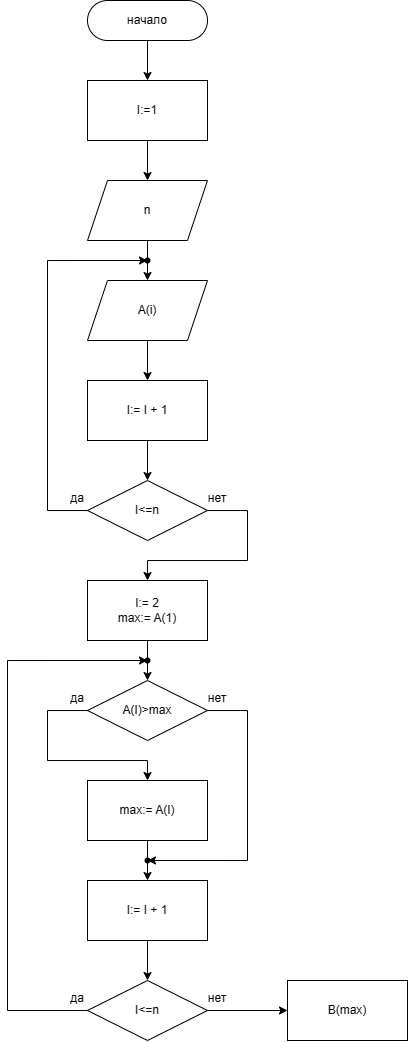
Earlier version of the draw.io export l2t1.png (H33MP/rsue). Source tidied: cells renumbered, new cells last; positions are measured from the earlier drawing's top-left corner, leaving out a move shared by most shapes.
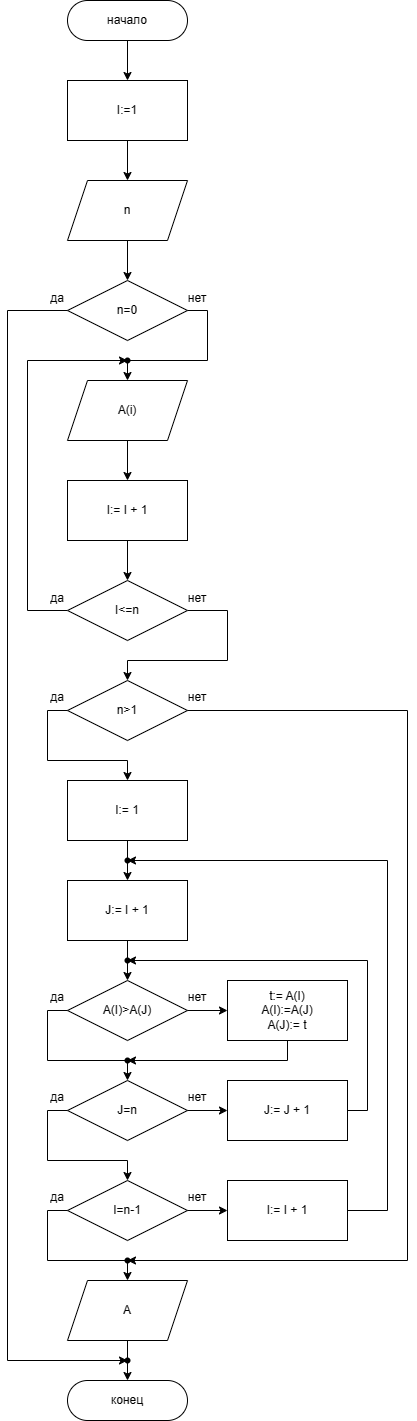
The same diagram one commit later.

What changed in the source:
```diff
@@ -6,60 +6,53 @@
       <mxGeometry relative="1" as="geometry" />
     </mxCell>
     <mxCell id="3" value="начало" style="rounded=1;whiteSpace=wrap;html=1;arcSize=50;" parent="1" vertex="1">
-      <mxGeometry x="80" width="120" height="40" as="geometry" />
+      <mxGeometry x="80" y="-140" width="120" height="40" as="geometry" />
     </mxCell>
-    <mxCell id="4" style="edgeStyle=orthogonalEdgeStyle;rounded=0;jettySize=auto;html=1;" parent="1" edge="1" source="5" target="9">
-      <mxGeometry relative="1" as="geometry" />
-    </mxCell>
+    <mxCell id="40" style="edgeStyle=orthogonalEdgeStyle;rounded=0;jettySize=auto;html=1;" parent="1" edge="1" source="5" target="82">
+      <mxGeometry relative="1" as="geometry" />
+    </mxCell>
     <mxCell id="5" value="n" style="shape=parallelogram;perimeter=parallelogramPerimeter;whiteSpace=wrap;html=1;fixedSize=1;" parent="1" vertex="1">
-      <mxGeometry x="80" y="180" width="120" height="60" as="geometry" />
+      <mxGeometry x="80" y="40" width="120" height="60" as="geometry" />
     </mxCell>
     <mxCell id="6" style="edgeStyle=orthogonalEdgeStyle;rounded=0;jettySize=auto;html=1;" parent="1" edge="1" source="7" target="5">
       <mxGeometry relative="1" as="geometry" />
     </mxCell>
     <mxCell id="7" value="I:=1" style="rounded=0;whiteSpace=wrap;html=1;" parent="1" vertex="1">
-      <mxGeometry x="80" y="80" width="120" height="60" as="geometry" />
+      <mxGeometry x="80" y="-60" width="120" height="60" as="geometry" />
     </mxCell>
     <mxCell id="8" style="edgeStyle=orthogonalEdgeStyle;rounded=0;jettySize=auto;html=1;" parent="1" edge="1" source="9" target="11">
       <mxGeometry relative="1" as="geometry" />
     </mxCell>
     <mxCell id="9" value="A(i)" style="shape=parallelogram;perimeter=parallelogramPerimeter;whiteSpace=wrap;html=1;fixedSize=1;" parent="1" vertex="1">
-      <mxGeometry x="80" y="280" width="120" height="60" as="geometry" />
+      <mxGeometry x="80" y="240" width="120" height="60" as="geometry" />
     </mxCell>
     <mxCell id="10" style="edgeStyle=orthogonalEdgeStyle;rounded=0;jettySize=auto;html=1;" parent="1" edge="1" source="11" target="18">
       <mxGeometry relative="1" as="geometry" />
     </mxCell>
     <mxCell id="11" value="I:= I + 1" style="whiteSpace=wrap;html=1;" parent="1" vertex="1">
-      <mxGeometry x="80" y="380" width="120" height="60" as="geometry" />
+      <mxGeometry x="80" y="340" width="120" height="60" as="geometry" />
     </mxCell>
-    <mxCell id="12" style="edgeStyle=orthogonalEdgeStyle;rounded=0;jettySize=auto;html=1;" parent="1" edge="1" source="18" target="14">
+    <mxCell id="12" style="edgeStyle=orthogonalEdgeStyle;rounded=0;jettySize=auto;html=1;" parent="1" edge="1" source="18">
       <mxGeometry relative="1" as="geometry">
+        <mxPoint x="140" y="220" as="targetPoint" />
         <Array as="points">
-          <mxPoint x="40" y="510" />
-          <mxPoint x="40" y="260" />
+          <mxPoint x="40" y="470" />
+          <mxPoint x="40" y="220" />
         </Array>
       </mxGeometry>
     </mxCell>
-    <mxCell id="13" style="edgeStyle=orthogonalEdgeStyle;rounded=0;jettySize=auto;html=1;entryX=0.5;entryY=0;entryDx=0;entryDy=0;" parent="1" edge="1" source="18" target="16">
+    <mxCell id="13" style="edgeStyle=orthogonalEdgeStyle;rounded=0;jettySize=auto;html=1;entryX=0.5;entryY=0;entryDx=0;entryDy=0;" parent="1" edge="1" source="18">
       <mxGeometry relative="1" as="geometry">
+        <mxPoint x="140" y="540" as="targetPoint" />
         <Array as="points">
-          <mxPoint x="240" y="510" />
-          <mxPoint x="240" y="560" />
-          <mxPoint x="140" y="560" />
+          <mxPoint x="240" y="470" />
+          <mxPoint x="240" y="520" />
+          <mxPoint x="140" y="520" />
         </Array>
       </mxGeometry>
     </mxCell>
-    <mxCell id="14" style="shape=waypoint;sketch=0;size=6;points=[];fillColor=default;perimeter=centerPerimeter;snapToPoint=1;" parent="1" vertex="1">
-      <mxGeometry x="130" y="250" width="20" height="20" as="geometry" />
-    </mxCell>
-    <mxCell id="15" style="edgeStyle=orthogonalEdgeStyle;rounded=0;jettySize=auto;html=1;" parent="1" edge="1" source="16" target="22">
-      <mxGeometry relative="1" as="geometry" />
-    </mxCell>
-    <mxCell id="16" value="I:= 2&lt;br&gt;max:= A(1)" style="rounded=0;whiteSpace=wrap;html=1;" parent="1" vertex="1">
-      <mxGeometry x="80" y="580" width="120" height="60" as="geometry" />
-    </mxCell>
     <mxCell id="17" style="group;" parent="1" vertex="1">
-      <mxGeometry x="60" y="480" width="160" height="60" as="geometry" />
+      <mxGeometry x="60" y="440" width="160" height="60" as="geometry" />
     </mxCell>
     <mxCell id="18" value="I&amp;lt;=n" style="rhombus;whiteSpace=wrap;html=1;" parent="17" vertex="1">
       <mxGeometry x="20" width="120" height="60" as="geometry" />
@@ -70,78 +63,206 @@
     <mxCell id="20" value="нет" style="text;html=1;strokeColor=none;fillColor=none;align=center;verticalAlign=middle;whiteSpace=wrap;rounded=0;" parent="17" vertex="1">
       <mxGeometry x="140" y="10" width="20" height="15" as="geometry" />
     </mxCell>
-    <mxCell id="21" style="group;" parent="1" vertex="1">
-      <mxGeometry x="60" y="680" width="160" height="60" as="geometry" />
-    </mxCell>
-    <mxCell id="22" value="A(I)&amp;gt;max" style="rhombus;whiteSpace=wrap;html=1;" parent="21" vertex="1">
-      <mxGeometry x="20" width="120" height="60" as="geometry" />
-    </mxCell>
-    <mxCell id="23" value="да" style="text;html=1;strokeColor=none;fillColor=none;align=center;verticalAlign=middle;whiteSpace=wrap;rounded=0;" parent="21" vertex="1">
-      <mxGeometry y="10" width="20" height="15" as="geometry" />
-    </mxCell>
-    <mxCell id="24" value="нет" style="text;html=1;strokeColor=none;fillColor=none;align=center;verticalAlign=middle;whiteSpace=wrap;rounded=0;" parent="21" vertex="1">
-      <mxGeometry x="140" y="10" width="20" height="15" as="geometry" />
-    </mxCell>
-    <mxCell id="25" style="edgeStyle=orthogonalEdgeStyle;rounded=0;jettySize=auto;html=1;" parent="1" edge="1" source="26" target="33">
-      <mxGeometry relative="1" as="geometry" />
-    </mxCell>
+    <mxCell id="41" style="edgeStyle=orthogonalEdgeStyle;rounded=0;jettySize=auto;html=1;" parent="1" edge="1" source="42" target="48">
+      <mxGeometry relative="1" as="geometry" />
+    </mxCell>
+    <mxCell id="42" value="I:= 1" style="rounded=0;whiteSpace=wrap;html=1;" parent="1" vertex="1">
+      <mxGeometry x="80" y="640" width="120" height="60" as="geometry" />
+    </mxCell>
+    <mxCell id="43" style="group;" parent="1" vertex="1">
+      <mxGeometry x="60" y="840" width="160" height="60" as="geometry" />
+    </mxCell>
+    <mxCell id="44" value="A(I)&amp;gt;A(J)" style="rhombus;whiteSpace=wrap;html=1;" parent="43" vertex="1">
+      <mxGeometry x="20" width="120" height="60" as="geometry" />
+    </mxCell>
+    <mxCell id="45" value="да" style="text;html=1;strokeColor=none;fillColor=none;align=center;verticalAlign=middle;whiteSpace=wrap;rounded=0;" parent="43" vertex="1">
+      <mxGeometry y="10" width="20" height="15" as="geometry" />
+    </mxCell>
+    <mxCell id="46" value="нет" style="text;html=1;strokeColor=none;fillColor=none;align=center;verticalAlign=middle;whiteSpace=wrap;rounded=0;" parent="43" vertex="1">
+      <mxGeometry x="140" y="10" width="20" height="15" as="geometry" />
+    </mxCell>
+    <mxCell id="47" style="edgeStyle=orthogonalEdgeStyle;rounded=0;jettySize=auto;html=1;" parent="1" edge="1" source="48" target="44">
+      <mxGeometry relative="1" as="geometry" />
+    </mxCell>
+    <mxCell id="48" value="J:= I + 1" style="rounded=0;whiteSpace=wrap;html=1;" parent="1" vertex="1">
+      <mxGeometry x="80" y="740" width="120" height="60" as="geometry" />
+    </mxCell>
+    <mxCell id="49" value="t:= A(I)&lt;br&gt;A(I):=A(J)&lt;br&gt;A(J):= t" style="rounded=0;whiteSpace=wrap;html=1;" parent="1" vertex="1">
+      <mxGeometry x="240" y="840" width="120" height="60" as="geometry" />
+    </mxCell>
+    <mxCell id="50" style="edgeStyle=orthogonalEdgeStyle;rounded=0;jettySize=auto;html=1;" parent="1" edge="1" source="44" target="49">
+      <mxGeometry relative="1" as="geometry" />
+    </mxCell>
+    <mxCell id="51" style="group;" parent="1" vertex="1">
+      <mxGeometry x="60" y="940" width="160" height="60" as="geometry" />
+    </mxCell>
+    <mxCell id="52" value="J=n" style="rhombus;whiteSpace=wrap;html=1;" parent="51" vertex="1">
+      <mxGeometry x="20" width="120" height="60" as="geometry" />
+    </mxCell>
+    <mxCell id="53" value="да" style="text;html=1;strokeColor=none;fillColor=none;align=center;verticalAlign=middle;whiteSpace=wrap;rounded=0;" parent="51" vertex="1">
+      <mxGeometry y="10" width="20" height="15" as="geometry" />
+    </mxCell>
+    <mxCell id="54" value="нет" style="text;html=1;strokeColor=none;fillColor=none;align=center;verticalAlign=middle;whiteSpace=wrap;rounded=0;" parent="51" vertex="1">
+      <mxGeometry x="140" y="10" width="20" height="15" as="geometry" />
+    </mxCell>
+    <mxCell id="55" style="edgeStyle=orthogonalEdgeStyle;rounded=0;jettySize=auto;html=1;entryX=0.5;entryY=0;entryDx=0;entryDy=0;" parent="1" edge="1" source="44" target="52">
+      <mxGeometry relative="1" as="geometry">
+        <Array as="points">
+          <mxPoint x="60" y="870" />
+          <mxPoint x="60" y="920" />
+          <mxPoint x="140" y="920" />
+        </Array>
+      </mxGeometry>
+    </mxCell>
+    <mxCell id="56" style="edgeStyle=orthogonalEdgeStyle;rounded=0;jettySize=auto;html=1;" parent="1" edge="1" source="26" target="57">
+      <mxGeometry relative="1" as="geometry">
+        <Array as="points">
+          <mxPoint x="400" y="1070" />
+          <mxPoint x="400" y="720" />
+        </Array>
+      </mxGeometry>
+    </mxCell>
     <mxCell id="26" value="I:= I + 1" style="rounded=0;whiteSpace=wrap;html=1;" parent="1" vertex="1">
-      <mxGeometry x="80" y="880" width="120" height="60" as="geometry" />
+      <mxGeometry x="240" y="1040" width="120" height="60" as="geometry" />
     </mxCell>
-    <mxCell id="27" style="edgeStyle=orthogonalEdgeStyle;rounded=0;jettySize=auto;html=1;" parent="1" edge="1" source="28" target="26">
-      <mxGeometry relative="1" as="geometry" />
-    </mxCell>
-    <mxCell id="28" value="max:= A(I)" style="rounded=0;whiteSpace=wrap;html=1;" parent="1" vertex="1">
-      <mxGeometry x="80" y="780" width="120" height="60" as="geometry" />
-    </mxCell>
-    <mxCell id="29" style="edgeStyle=orthogonalEdgeStyle;rounded=0;jettySize=auto;html=1;entryX=0.5;entryY=0;entryDx=0;entryDy=0;" parent="1" edge="1" source="22" target="28">
-      <mxGeometry relative="1" as="geometry">
-        <Array as="points">
-          <mxPoint x="40" y="710" />
-          <mxPoint x="40" y="760" />
-          <mxPoint x="140" y="760" />
-        </Array>
-      </mxGeometry>
-    </mxCell>
-    <mxCell id="30" style="shape=waypoint;sketch=0;size=6;points=[];fillColor=default;perimeter=centerPerimeter;snapToPoint=1;" parent="1" vertex="1">
-      <mxGeometry x="130" y="850" width="20" height="20" as="geometry" />
-    </mxCell>
-    <mxCell id="31" style="edgeStyle=orthogonalEdgeStyle;rounded=0;jettySize=auto;html=1;" parent="1" edge="1" source="22" target="30">
-      <mxGeometry relative="1" as="geometry">
-        <Array as="points">
-          <mxPoint x="240" y="710" />
-          <mxPoint x="240" y="860" />
-        </Array>
-      </mxGeometry>
-    </mxCell>
-    <mxCell id="32" style="group;" parent="1" vertex="1">
-      <mxGeometry x="60" y="980" width="160" height="60" as="geometry" />
-    </mxCell>
-    <mxCell id="33" value="I&amp;lt;=n" style="rhombus;whiteSpace=wrap;html=1;" parent="32" vertex="1">
-      <mxGeometry x="20" width="120" height="60" as="geometry" />
-    </mxCell>
-    <mxCell id="34" value="да" style="text;html=1;strokeColor=none;fillColor=none;align=center;verticalAlign=middle;whiteSpace=wrap;rounded=0;" parent="32" vertex="1">
-      <mxGeometry y="10" width="20" height="15" as="geometry" />
-    </mxCell>
-    <mxCell id="35" value="нет" style="text;html=1;strokeColor=none;fillColor=none;align=center;verticalAlign=middle;whiteSpace=wrap;rounded=0;" parent="32" vertex="1">
-      <mxGeometry x="140" y="10" width="20" height="15" as="geometry" />
-    </mxCell>
-    <mxCell id="36" style="shape=waypoint;sketch=0;size=6;points=[];fillColor=default;perimeter=centerPerimeter;snapToPoint=1;" parent="1" vertex="1">
-      <mxGeometry x="130" y="650" width="20" height="20" as="geometry" />
-    </mxCell>
-    <mxCell id="37" style="edgeStyle=orthogonalEdgeStyle;rounded=0;jettySize=auto;html=1;" parent="1" edge="1" source="33" target="36">
-      <mxGeometry relative="1" as="geometry">
-        <Array as="points">
-          <mxPoint y="1010" />
-          <mxPoint y="660" />
-        </Array>
-      </mxGeometry>
-    </mxCell>
-    <mxCell id="38" value="B(max)" style="whiteSpace=wrap;html=1;" parent="1" vertex="1">
-      <mxGeometry x="280" y="980" width="120" height="60" as="geometry" />
-    </mxCell>
-    <mxCell id="39" style="edgeStyle=orthogonalEdgeStyle;rounded=0;jettySize=auto;html=1;" parent="1" edge="1" source="33" target="38">
-      <mxGeometry relative="1" as="geometry" />
-    </mxCell>
+    <mxCell id="57" style="shape=waypoint;sketch=0;size=6;points=[];fillColor=default;perimeter=centerPerimeter;snapToPoint=1;rounded=0;" parent="1" vertex="1">
+      <mxGeometry x="130" y="710" width="20" height="20" as="geometry" />
+    </mxCell>
+    <mxCell id="58" style="edgeStyle=orthogonalEdgeStyle;rounded=0;jettySize=auto;html=1;" parent="1" edge="1" source="59" target="63">
+      <mxGeometry relative="1" as="geometry">
+        <Array as="points">
+          <mxPoint x="380" y="970" />
+          <mxPoint x="380" y="820" />
+        </Array>
+      </mxGeometry>
+    </mxCell>
+    <mxCell id="59" value="J:= J + 1" style="rounded=0;whiteSpace=wrap;html=1;" parent="1" vertex="1">
+      <mxGeometry x="240" y="940" width="120" height="60" as="geometry" />
+    </mxCell>
+    <mxCell id="60" style="edgeStyle=orthogonalEdgeStyle;rounded=0;jettySize=auto;html=1;" parent="1" edge="1" source="52" target="59">
+      <mxGeometry relative="1" as="geometry" />
+    </mxCell>
+    <mxCell id="61" style="edgeStyle=orthogonalEdgeStyle;rounded=0;jettySize=auto;html=1;" parent="1" edge="1" source="49" target="62">
+      <mxGeometry relative="1" as="geometry">
+        <Array as="points">
+          <mxPoint x="300" y="920" />
+        </Array>
+      </mxGeometry>
+    </mxCell>
+    <mxCell id="62" style="shape=waypoint;sketch=0;size=6;points=[];fillColor=default;perimeter=centerPerimeter;snapToPoint=1;rounded=0;" parent="1" vertex="1">
+      <mxGeometry x="130" y="910" width="20" height="20" as="geometry" />
+    </mxCell>
+    <mxCell id="63" style="shape=waypoint;sketch=0;size=6;points=[];fillColor=default;perimeter=centerPerimeter;snapToPoint=1;rounded=0;" parent="1" vertex="1">
+      <mxGeometry x="130" y="810" width="20" height="20" as="geometry" />
+    </mxCell>
+    <mxCell id="64" style="group;" parent="1" vertex="1">
+      <mxGeometry x="60" y="1040" width="160" height="60" as="geometry" />
+    </mxCell>
+    <mxCell id="65" value="I=n-1" style="rhombus;whiteSpace=wrap;html=1;" parent="64" vertex="1">
+      <mxGeometry x="20" width="120" height="60" as="geometry" />
+    </mxCell>
+    <mxCell id="66" value="да" style="text;html=1;strokeColor=none;fillColor=none;align=center;verticalAlign=middle;whiteSpace=wrap;rounded=0;" parent="64" vertex="1">
+      <mxGeometry y="10" width="20" height="15" as="geometry" />
+    </mxCell>
+    <mxCell id="67" value="нет" style="text;html=1;strokeColor=none;fillColor=none;align=center;verticalAlign=middle;whiteSpace=wrap;rounded=0;" parent="64" vertex="1">
+      <mxGeometry x="140" y="10" width="20" height="15" as="geometry" />
+    </mxCell>
+    <mxCell id="68" style="edgeStyle=orthogonalEdgeStyle;rounded=0;jettySize=auto;html=1;" parent="1" edge="1" source="52" target="65">
+      <mxGeometry relative="1" as="geometry">
+        <Array as="points">
+          <mxPoint x="60" y="970" />
+          <mxPoint x="60" y="1020" />
+          <mxPoint x="140" y="1020" />
+        </Array>
+      </mxGeometry>
+    </mxCell>
+    <mxCell id="69" style="edgeStyle=orthogonalEdgeStyle;rounded=0;jettySize=auto;html=1;" parent="1" edge="1" source="65" target="26">
+      <mxGeometry relative="1" as="geometry" />
+    </mxCell>
+    <mxCell id="70" style="edgeStyle=orthogonalEdgeStyle;rounded=0;jettySize=auto;html=1;entryX=0.5;entryY=0;entryDx=0;entryDy=0;" parent="1" edge="1" source="71" target="80">
+      <mxGeometry relative="1" as="geometry" />
+    </mxCell>
+    <mxCell id="71" value="A" style="shape=parallelogram;perimeter=parallelogramPerimeter;whiteSpace=wrap;html=1;fixedSize=1;" parent="1" vertex="1">
+      <mxGeometry x="80" y="1140" width="120" height="60" as="geometry" />
+    </mxCell>
+    <mxCell id="72" style="edgeStyle=orthogonalEdgeStyle;rounded=0;jettySize=auto;html=1;" parent="1" edge="1" source="65" target="71">
+      <mxGeometry relative="1" as="geometry">
+        <Array as="points">
+          <mxPoint x="60" y="1070" />
+          <mxPoint x="60" y="1120" />
+          <mxPoint x="140" y="1120" />
+        </Array>
+      </mxGeometry>
+    </mxCell>
+    <mxCell id="73" style="group;" parent="1" vertex="1">
+      <mxGeometry x="60" y="540" width="160" height="60" as="geometry" />
+    </mxCell>
+    <mxCell id="74" value="n&amp;gt;1" style="rhombus;whiteSpace=wrap;html=1;" parent="73" vertex="1">
+      <mxGeometry x="20" width="120" height="60" as="geometry" />
+    </mxCell>
+    <mxCell id="75" value="да" style="text;html=1;strokeColor=none;fillColor=none;align=center;verticalAlign=middle;whiteSpace=wrap;rounded=0;" parent="73" vertex="1">
+      <mxGeometry y="10" width="20" height="15" as="geometry" />
+    </mxCell>
+    <mxCell id="76" value="нет" style="text;html=1;strokeColor=none;fillColor=none;align=center;verticalAlign=middle;whiteSpace=wrap;rounded=0;" parent="73" vertex="1">
+      <mxGeometry x="140" y="10" width="20" height="15" as="geometry" />
+    </mxCell>
+    <mxCell id="77" style="edgeStyle=orthogonalEdgeStyle;rounded=0;jettySize=auto;html=1;entryX=0.5;entryY=0;entryDx=0;entryDy=0;" parent="1" edge="1" source="74" target="42">
+      <mxGeometry relative="1" as="geometry">
+        <Array as="points">
+          <mxPoint x="60" y="570" />
+          <mxPoint x="60" y="620" />
+          <mxPoint x="140" y="620" />
+        </Array>
+      </mxGeometry>
+    </mxCell>
+    <mxCell id="78" style="shape=waypoint;sketch=0;size=6;points=[];fillColor=default;perimeter=centerPerimeter;snapToPoint=1;" parent="1" vertex="1">
+      <mxGeometry x="130" y="1110" width="20" height="20" as="geometry" />
+    </mxCell>
+    <mxCell id="79" style="edgeStyle=orthogonalEdgeStyle;rounded=0;jettySize=auto;html=1;" parent="1" edge="1" source="74" target="78">
+      <mxGeometry relative="1" as="geometry">
+        <Array as="points">
+          <mxPoint x="420" y="570" />
+          <mxPoint x="420" y="1120" />
+        </Array>
+      </mxGeometry>
+    </mxCell>
+    <mxCell id="80" value="конец" style="rounded=1;whiteSpace=wrap;html=1;arcSize=50;" parent="1" vertex="1">
+      <mxGeometry x="80" y="1240" width="120" height="40" as="geometry" />
+    </mxCell>
+    <mxCell id="81" style="group;" parent="1" vertex="1">
+      <mxGeometry x="60" y="140" width="160" height="60" as="geometry" />
+    </mxCell>
+    <mxCell id="82" value="n=0" style="rhombus;whiteSpace=wrap;html=1;" parent="81" vertex="1">
+      <mxGeometry x="20" width="120" height="60" as="geometry" />
+    </mxCell>
+    <mxCell id="83" value="да" style="text;html=1;strokeColor=none;fillColor=none;align=center;verticalAlign=middle;whiteSpace=wrap;rounded=0;" parent="81" vertex="1">
+      <mxGeometry y="10" width="20" height="15" as="geometry" />
+    </mxCell>
+    <mxCell id="84" value="нет" style="text;html=1;strokeColor=none;fillColor=none;align=center;verticalAlign=middle;whiteSpace=wrap;rounded=0;" parent="81" vertex="1">
+      <mxGeometry x="140" y="10" width="20" height="15" as="geometry" />
+    </mxCell>
+    <mxCell id="85" style="edgeStyle=orthogonalEdgeStyle;rounded=0;jettySize=auto;html=1;entryX=0.5;entryY=0;entryDx=0;entryDy=0;" parent="1" edge="1" source="82" target="9">
+      <mxGeometry relative="1" as="geometry">
+        <Array as="points">
+          <mxPoint x="220" y="170" />
+          <mxPoint x="220" y="220" />
+          <mxPoint x="140" y="220" />
+        </Array>
+      </mxGeometry>
+    </mxCell>
+    <mxCell id="86" style="shape=waypoint;sketch=0;fillStyle=solid;size=6;fillColor=none;perimeter=centerPerimeter;" parent="1" vertex="1">
+      <mxGeometry x="130" y="210" width="20" height="20" as="geometry" />
+    </mxCell>
+    <mxCell id="87" style="edgeStyle=orthogonalEdgeStyle;rounded=0;jettySize=auto;html=1;" parent="1" edge="1" source="82" target="88">
+      <mxGeometry relative="1" as="geometry">
+        <Array as="points">
+          <mxPoint x="20" y="170" />
+          <mxPoint x="20" y="1220" />
+        </Array>
+      </mxGeometry>
+    </mxCell>
+    <mxCell id="88" style="shape=waypoint;sketch=0;size=6;points=[];fillColor=default;perimeter=centerPerimeter;snapToPoint=1;" parent="1" vertex="1">
+      <mxGeometry x="130" y="1210" width="20" height="20" as="geometry" />
+    </mxCell>
   </root>
 </mxGraphModel>
```
